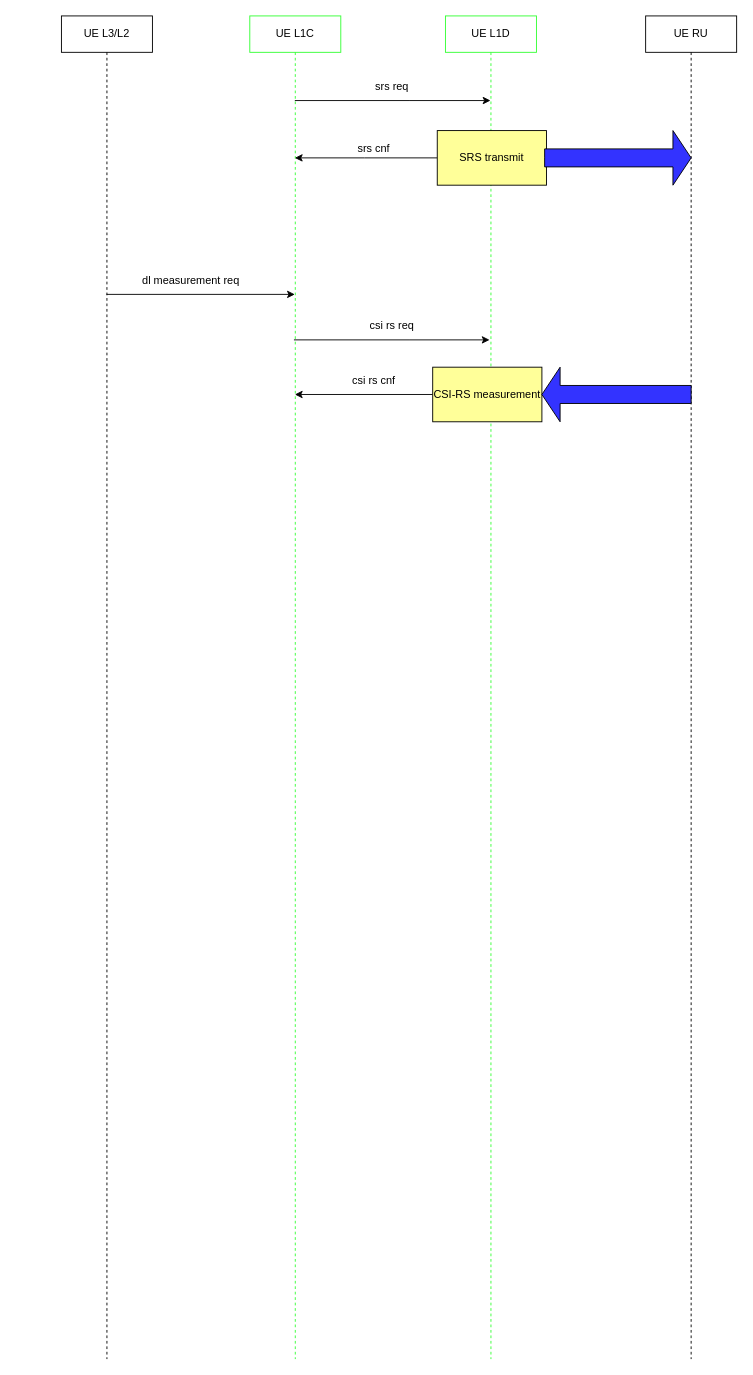
This is page "measurement procedure" (15 of 15) of 1.drawio from wubobupt/drawio, a draw.io file, before an edit. Source tidied: cells renumbered, new cells numbered last; positions are measured from the earlier drawing's top-left corner, leaving out a move shared by most shapes. Both pictures are drawn from the tidied source at 91%, with x=0, y=0 at pixel (61, 15).
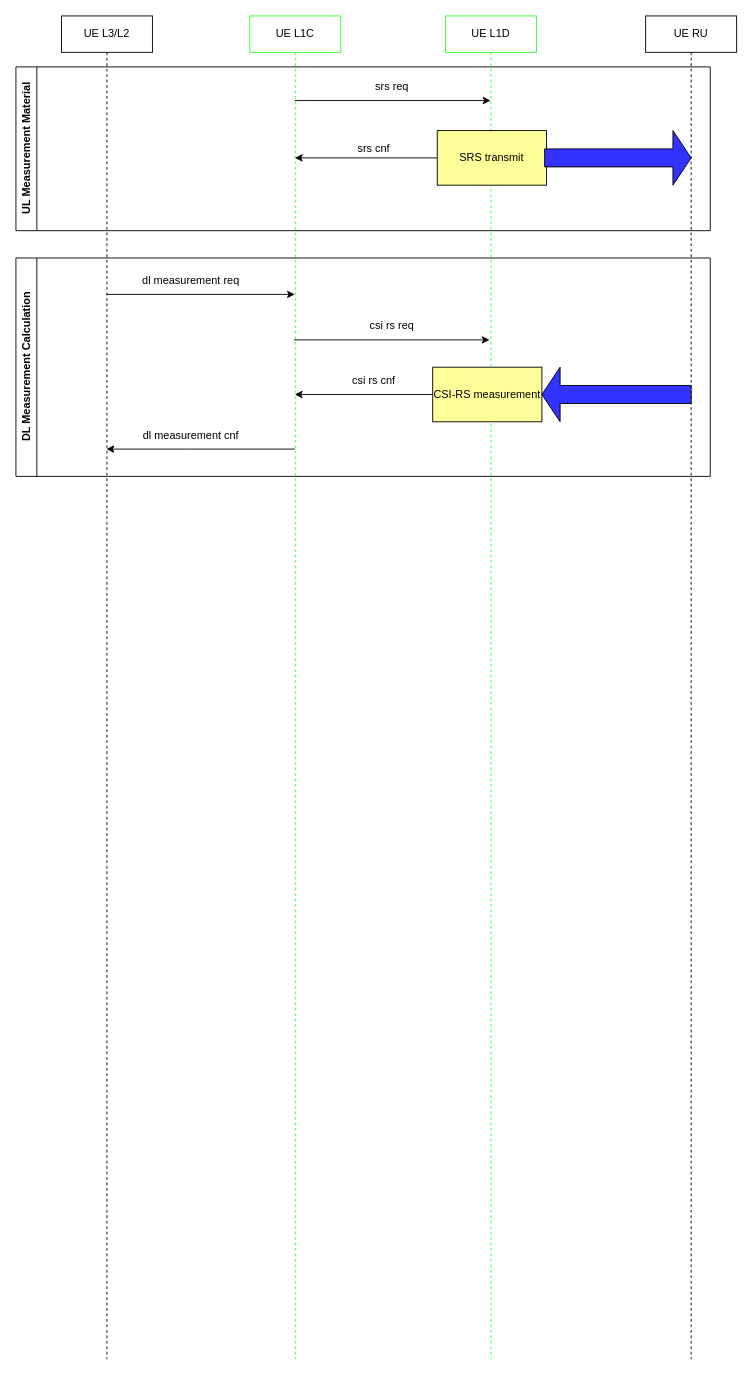
The same page after the edit.

Unchanged cells that the change refers to:
```xml
<mxCell id="2" value="UE L3/L2" style="shape=umlLifeline;perimeter=lifelinePerimeter;whiteSpace=wrap;html=1;outlineConnect=0;portConstraint=eastwest;newEdgeStyle={&quot;curved&quot;:0,&quot;rounded&quot;:0};" parent="1" vertex="1">
  <mxGeometry width="100" height="1476" as="geometry" />
</mxCell>
<mxCell id="3" value="UE L1C" style="shape=umlLifeline;perimeter=lifelinePerimeter;whiteSpace=wrap;html=1;outlineConnect=0;portConstraint=eastwest;newEdgeStyle={&quot;curved&quot;:0,&quot;rounded&quot;:0};strokeColor=#33FF33;" parent="1" vertex="1">
  <mxGeometry x="207" width="100" height="1476" as="geometry" />
</mxCell>
```

Change to the diagram source:
```diff
@@
+    <mxCell id="20" style="edgeStyle=none;jettySize=auto;html=1;rounded=0;" parent="1" edge="1" source="3" target="2">
+      <mxGeometry relative="1" as="geometry">
+        <Array as="points">
+          <mxPoint x="143" y="476" />
+        </Array>
+      </mxGeometry>
+    </mxCell>
+    <mxCell id="21" value="dl measurement cnf" style="text;html=1;align=center;verticalAlign=middle;strokeColor=none;fillColor=none;" parent="1" vertex="1">
+      <mxGeometry x="77" y="446" width="130" height="30" as="geometry" />
+    </mxCell>
+    <mxCell id="22" value="UL Measurement Material" style="swimlane;horizontal=0;whiteSpace=wrap;html=1;" parent="1" vertex="1">
+      <mxGeometry x="-50" y="56" width="763" height="180" as="geometry" />
+    </mxCell>
+    <mxCell id="23" value="DL Measurement Calculation" style="swimlane;horizontal=0;whiteSpace=wrap;html=1;" parent="1" vertex="1">
+      <mxGeometry x="-50" y="266" width="763" height="240" as="geometry" />
+    </mxCell>
```
